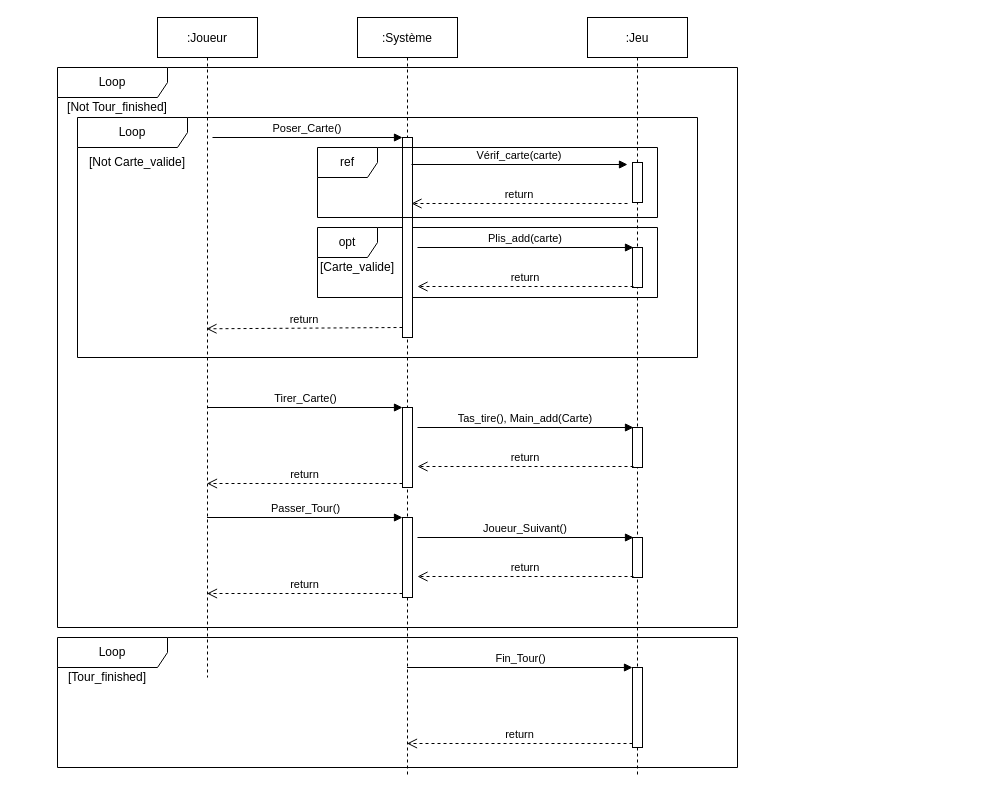
MailineN/ProjetInfo2A keeps this draw.io diagram as Diagrams/Sequence Diagram Playtime.drawio. Above is the earlier version. Source tidied: cells renumbered, new cells numbered last; positions are measured from the earlier drawing's top-left corner, leaving out a move shared by most shapes. Both pictures are drawn from the tidied source at 100%, with x=0, y=0 at pixel (17, 17).
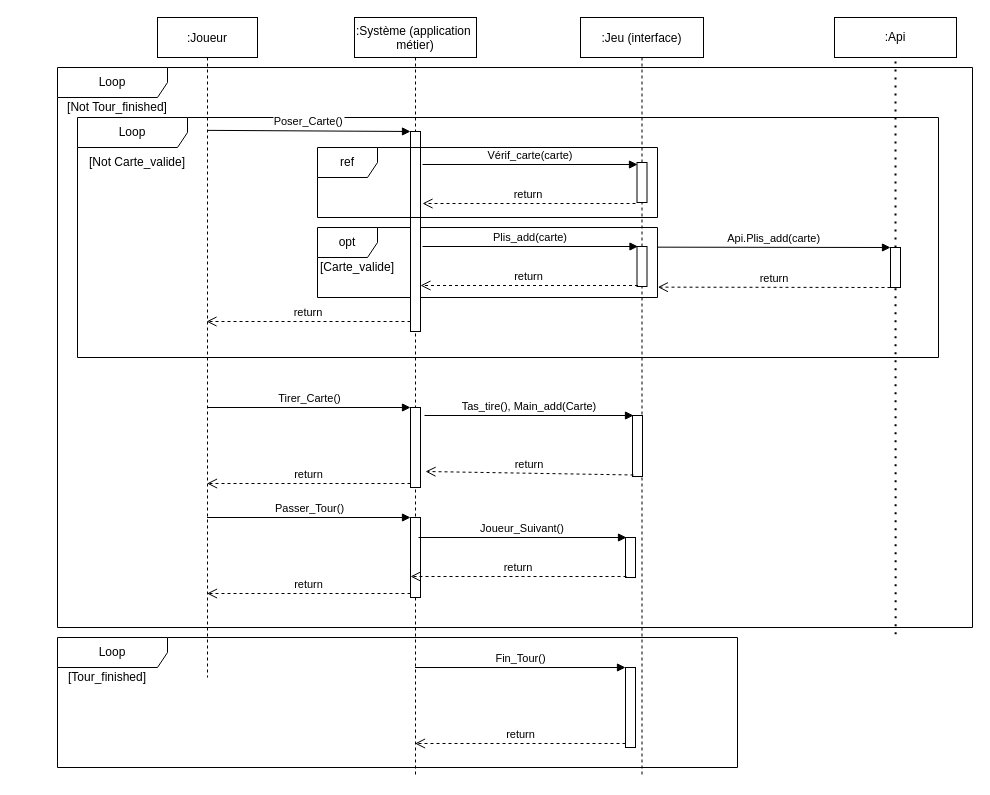
The same diagram, later.

The change refers to these unchanged cells:
```xml
<mxCell id="4" value="opt" style="shape=umlFrame;whiteSpace=wrap;html=1;" parent="1" vertex="1">
  <mxGeometry x="300" y="210" width="340" height="70" as="geometry" />
</mxCell>
<mxCell id="5" value=":Joueur" style="shape=umlLifeline;perimeter=lifelinePerimeter;rounded=0;shadow=0;strokeWidth=1;" parent="1" vertex="1">
  <mxGeometry x="140" width="100" height="660" as="geometry" />
</mxCell>
<mxCell id="14" style="points=[];perimeter=orthogonalPerimeter;rounded=0;shadow=0;strokeWidth=1;" parent="12" vertex="1">
  <mxGeometry x="45" y="520" width="10" height="40" as="geometry" />
</mxCell>
```

Diff of the diagram source:
```diff
@@
     <mxCell id="2" value="Loop" style="shape=umlFrame;whiteSpace=wrap;html=1;width=110;height=30;" parent="1" vertex="1">
-      <mxGeometry x="40" y="50" width="680" height="560" as="geometry" />
+      <mxGeometry x="40" y="50" width="915" height="560" as="geometry" />
     </mxCell>
     <mxCell id="3" value="Loop" style="shape=umlFrame;whiteSpace=wrap;html=1;width=110;height=30;" parent="1" vertex="1">
-      <mxGeometry x="60" y="100" width="620" height="240" as="geometry" />
+      <mxGeometry x="60" y="100" width="861" height="240" as="geometry" />
     </mxCell>
@@
-    <mxCell id="6" value=":Système" style="shape=umlLifeline;perimeter=lifelinePerimeter;rounded=0;shadow=0;strokeWidth=1;" parent="1" vertex="1">
-      <mxGeometry x="340" width="100" height="760" as="geometry" />
+    <mxCell id="6" value=":Système (application &#10;métier)" style="shape=umlLifeline;perimeter=lifelinePerimeter;rounded=0;shadow=0;strokeWidth=1;" parent="1" vertex="1">
+      <mxGeometry x="337" width="122" height="760" as="geometry" />
     </mxCell>
     <mxCell id="7" style="points=[];perimeter=orthogonalPerimeter;rounded=0;shadow=0;strokeWidth=1;" parent="6" vertex="1">
-      <mxGeometry x="45" y="120" width="10" height="200" as="geometry" />
+      <mxGeometry x="56" y="114" width="10" height="200" as="geometry" />
     </mxCell>
     <mxCell id="8" style="html=1;points=[];perimeter=orthogonalPerimeter;" parent="6" vertex="1">
-      <mxGeometry x="45" y="390" width="10" height="80" as="geometry" />
+      <mxGeometry x="56" y="390" width="10" height="80" as="geometry" />
     </mxCell>
     <mxCell id="9" style="html=1;points=[];perimeter=orthogonalPerimeter;" parent="6" vertex="1">
-      <mxGeometry x="45" y="500" width="10" height="80" as="geometry" />
+      <mxGeometry x="56" y="500" width="10" height="80" as="geometry" />
     </mxCell>
-    <mxCell id="10" value="return" style="verticalAlign=bottom;endArrow=open;dashed=1;endSize=8;exitX=0;exitY=0.95;shadow=0;strokeWidth=1;entryX=0.49;entryY=0.411;entryDx=0;entryDy=0;entryPerimeter=0;" parent="1" edge="1" source="7">
+    <mxCell id="10" value="return" style="verticalAlign=bottom;endArrow=open;dashed=1;endSize=8;exitX=0;exitY=0.95;shadow=0;strokeWidth=1;" parent="1" edge="1" source="7">
       <mxGeometry relative="1" as="geometry">
-        <mxPoint x="189" y="311.3" as="targetPoint" />
+        <mxPoint x="189" y="304" as="targetPoint" />
       </mxGeometry>
     </mxCell>
-    <mxCell id="11" value="Poser_Carte()" style="verticalAlign=bottom;endArrow=block;entryX=0;entryY=0;shadow=0;strokeWidth=1;" parent="1" edge="1" target="7">
-      <mxGeometry relative="1" as="geometry">
-        <mxPoint x="195" y="120" as="sourcePoint" />
-      </mxGeometry>
+    <mxCell id="11" value="Poser_Carte()" style="verticalAlign=bottom;endArrow=block;entryX=0;entryY=0;shadow=0;strokeWidth=1;exitX=0.502;exitY=0.171;exitDx=0;exitDy=0;exitPerimeter=0;" parent="1" edge="1" source="5" target="7">
+      <mxGeometry relative="1" as="geometry" />
     </mxCell>
-    <mxCell id="12" value=":Jeu" style="shape=umlLifeline;perimeter=lifelinePerimeter;rounded=0;shadow=0;strokeWidth=1;" parent="1" vertex="1">
-      <mxGeometry x="570" width="100" height="760" as="geometry" />
+    <mxCell id="12" value=":Jeu (interface)" style="shape=umlLifeline;perimeter=lifelinePerimeter;rounded=0;shadow=0;strokeWidth=1;" parent="1" vertex="1">
+      <mxGeometry x="563" width="123" height="760" as="geometry" />
     </mxCell>
     <mxCell id="13" style="points=[];perimeter=orthogonalPerimeter;rounded=0;shadow=0;strokeWidth=1;" parent="12" vertex="1">
-      <mxGeometry x="45" y="230" width="10" height="40" as="geometry" />
+      <mxGeometry x="56.5" y="229" width="10" height="40" as="geometry" />
     </mxCell>
@@
     <mxCell id="15" value="Joueur_Suivant()" style="verticalAlign=bottom;endArrow=block;shadow=0;strokeWidth=1;entryX=0.1;entryY=0;entryDx=0;entryDy=0;entryPerimeter=0;" parent="12" edge="1" target="14">
       <mxGeometry relative="1" as="geometry">
-        <mxPoint x="-170" y="520" as="sourcePoint" />
+        <mxPoint x="-162" y="520" as="sourcePoint" />
       </mxGeometry>
     </mxCell>
@@
     <mxCell id="18" value="Plis_add(carte)" style="verticalAlign=bottom;endArrow=block;shadow=0;strokeWidth=1;entryX=0.1;entryY=0;entryDx=0;entryDy=0;entryPerimeter=0;" parent="1" edge="1" target="13">
       <mxGeometry relative="1" as="geometry">
-        <mxPoint x="400" y="230" as="sourcePoint" />
+        <mxPoint x="405" y="229" as="sourcePoint" />
       </mxGeometry>
     </mxCell>
     <mxCell id="19" value="return" style="verticalAlign=bottom;endArrow=open;dashed=1;endSize=8;exitX=0.1;exitY=0.975;shadow=0;strokeWidth=1;exitDx=0;exitDy=0;exitPerimeter=0;" parent="1" edge="1" source="13">
       <mxGeometry relative="1" as="geometry">
-        <mxPoint x="400" y="269" as="targetPoint" />
+        <mxPoint x="403" y="268" as="targetPoint" />
       </mxGeometry>
     </mxCell>
@@
     <mxCell id="25" style="points=[];perimeter=orthogonalPerimeter;rounded=0;shadow=0;strokeWidth=1;" parent="1" vertex="1">
-      <mxGeometry x="615" y="410" width="10" height="40" as="geometry" />
+      <mxGeometry x="615" y="398" width="10" height="61" as="geometry" />
     </mxCell>
     <mxCell id="26" value="Tas_tire(), Main_add(Carte)" style="verticalAlign=bottom;endArrow=block;shadow=0;strokeWidth=1;entryX=0.1;entryY=0;entryDx=0;entryDy=0;entryPerimeter=0;" parent="1" edge="1" target="25">
       <mxGeometry relative="1" as="geometry">
-        <mxPoint x="400" y="410" as="sourcePoint" />
+        <mxPoint x="407" y="398" as="sourcePoint" />
       </mxGeometry>
     </mxCell>
     <mxCell id="27" value="return" style="verticalAlign=bottom;endArrow=open;dashed=1;endSize=8;exitX=0.1;exitY=0.975;shadow=0;strokeWidth=1;exitDx=0;exitDy=0;exitPerimeter=0;" parent="1" edge="1" source="25">
       <mxGeometry relative="1" as="geometry">
-        <mxPoint x="400" y="449" as="targetPoint" />
+        <mxPoint x="408" y="454" as="targetPoint" />
       </mxGeometry>
     </mxCell>
@@
     <mxCell id="35" style="points=[];perimeter=orthogonalPerimeter;rounded=0;shadow=0;strokeWidth=1;" parent="1" vertex="1">
-      <mxGeometry x="615" y="145" width="10" height="40" as="geometry" />
+      <mxGeometry x="619.5" y="145" width="10" height="40" as="geometry" />
     </mxCell>
-    <mxCell id="36" value="Vérif_carte(carte)" style="verticalAlign=bottom;endArrow=block;shadow=0;strokeWidth=1;entryX=0.1;entryY=0;entryDx=0;entryDy=0;entryPerimeter=0;" parent="1" edge="1">
+    <mxCell id="36" value="Vérif_carte(carte)" style="verticalAlign=bottom;endArrow=block;shadow=0;strokeWidth=1;entryX=0.05;entryY=0.05;entryDx=0;entryDy=0;entryPerimeter=0;" parent="1" edge="1" target="35">
       <mxGeometry relative="1" as="geometry">
-        <mxPoint x="394" y="147" as="sourcePoint" />
-        <mxPoint x="610" y="147" as="targetPoint" />
+        <mxPoint x="405" y="147" as="sourcePoint" />
       </mxGeometry>
     </mxCell>
-    <mxCell id="37" value="return" style="verticalAlign=bottom;endArrow=open;dashed=1;endSize=8;exitX=0.1;exitY=0.975;shadow=0;strokeWidth=1;exitDx=0;exitDy=0;exitPerimeter=0;" parent="1" edge="1">
+    <mxCell id="37" value="return" style="verticalAlign=bottom;endArrow=open;dashed=1;endSize=8;shadow=0;strokeWidth=1;" parent="1" edge="1">
       <mxGeometry relative="1" as="geometry">
-        <mxPoint x="610" y="186" as="sourcePoint" />
-        <mxPoint x="394" y="186" as="targetPoint" />
+        <mxPoint x="618" y="186" as="sourcePoint" />
+        <mxPoint x="405" y="186" as="targetPoint" />
       </mxGeometry>
     </mxCell>
+    <mxCell id="38" value=":Api" style="rounded=0;whiteSpace=wrap;html=1;" parent="1" vertex="1">
+      <mxGeometry x="817" width="122" height="40" as="geometry" />
+    </mxCell>
+    <mxCell id="39" style="endArrow=none;dashed=1;html=1;dashPattern=1 3;strokeWidth=2;entryX=0.5;entryY=1;entryDx=0;entryDy=0;" parent="1" edge="1" source="40" target="38">
+      <mxGeometry relative="1" as="geometry" />
+    </mxCell>
+    <mxCell id="40" style="points=[];perimeter=orthogonalPerimeter;rounded=0;shadow=0;strokeWidth=1;" parent="1" vertex="1">
+      <mxGeometry x="873" y="230" width="10" height="40" as="geometry" />
+    </mxCell>
+    <mxCell id="41" style="endArrow=none;dashed=1;html=1;dashPattern=1 3;strokeWidth=2;entryX=0.5;entryY=1;entryDx=0;entryDy=0;exitX=0.916;exitY=1.012;exitDx=0;exitDy=0;exitPerimeter=0;" parent="1" edge="1" source="2" target="40">
+      <mxGeometry relative="1" as="geometry" />
+    </mxCell>
+    <mxCell id="42" value="Api.Plis_add(carte)" style="verticalAlign=bottom;endArrow=block;shadow=0;strokeWidth=1;entryX=0.1;entryY=0;entryDx=0;entryDy=0;entryPerimeter=0;exitX=0.999;exitY=0.281;exitDx=0;exitDy=0;exitPerimeter=0;" parent="1" edge="1" source="4">
+      <mxGeometry relative="1" as="geometry">
+        <mxPoint x="873" y="230" as="targetPoint" />
+      </mxGeometry>
+    </mxCell>
+    <mxCell id="43" value="return" style="verticalAlign=bottom;endArrow=open;dashed=1;endSize=8;exitX=0.1;exitY=0.975;shadow=0;strokeWidth=1;exitDx=0;exitDy=0;exitPerimeter=0;entryX=1.001;entryY=0.852;entryDx=0;entryDy=0;entryPerimeter=0;" parent="1" edge="1" target="4">
+      <mxGeometry relative="1" as="geometry">
+        <mxPoint x="873" y="270" as="sourcePoint" />
+      </mxGeometry>
+    </mxCell>
```
